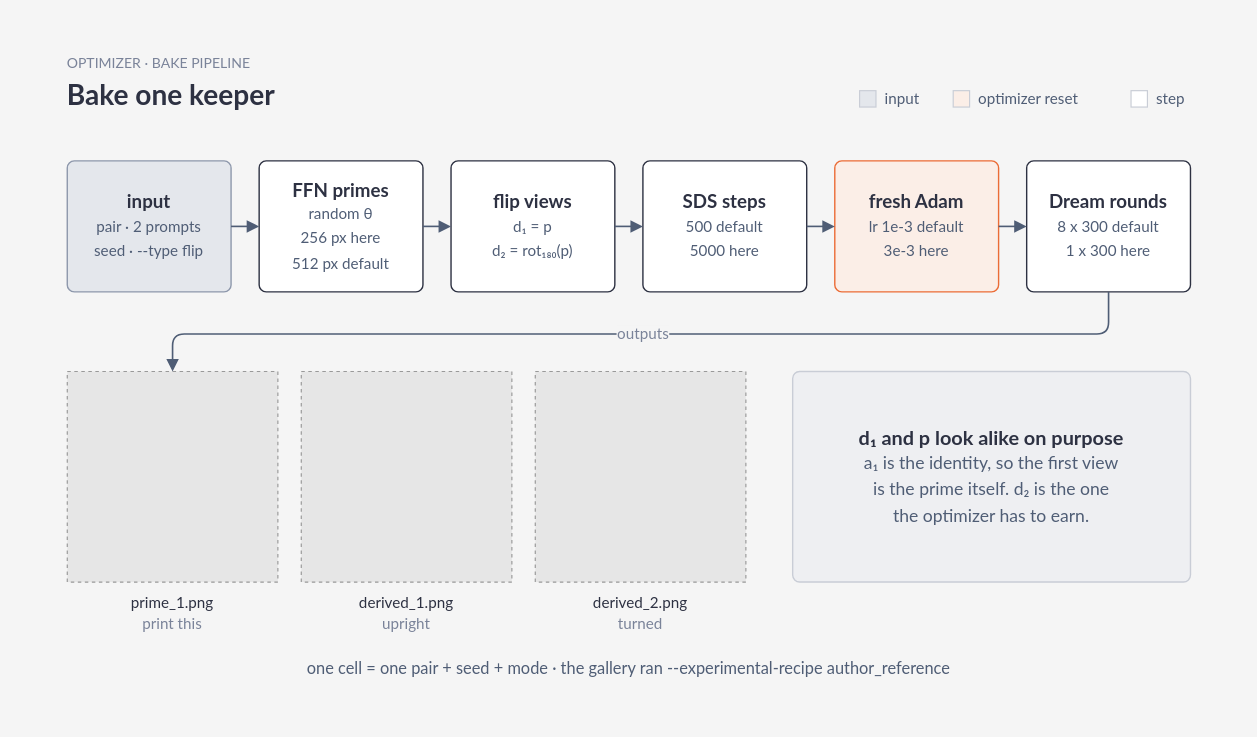
Above: docs/figures/workflow.drawio in Portocolom-Studio/potocolom (draw.io), before the change. Source tidied: cells renumbered, new cells numbered last; positions are measured from the earlier drawing's top-left corner, leaving out a move shared by most shapes. Both pictures are drawn from the tidied source at 117%, with x=0, y=0 at pixel (20, 20). Pictures stored in the file or linked from it are replaced by grey dashed boxes.
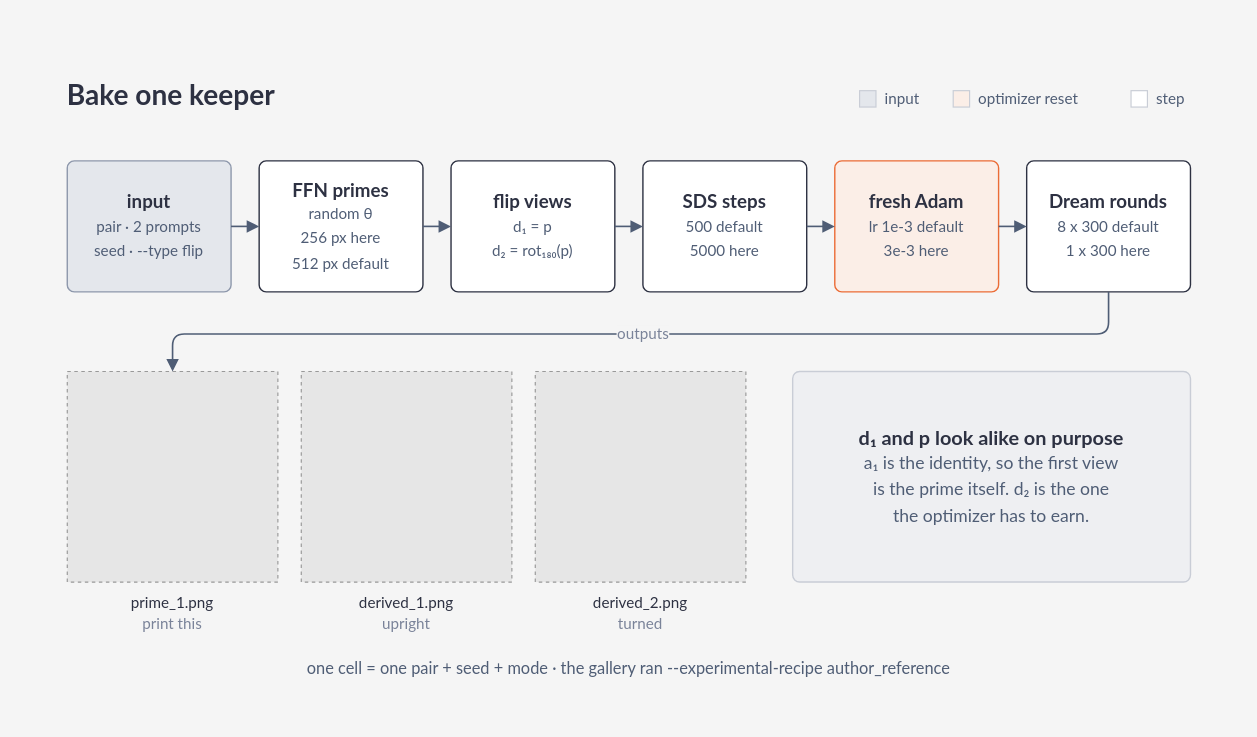
Above is the later version.

Change to the diagram source:
```diff
@@
     <mxCell id="2" style="rounded=0;absoluteArcSize=1;arcSize=12;whiteSpace=wrap;html=1;fillColor=#f5f5f5;strokeColor=none;strokeWidth=1.2;fontFamily=Lato;fontSize=16;fontColor=#2d3142;fontStyle=1;align=center;verticalAlign=middle;spacing=10;selectable=0;" parent="1" vertex="1">
-      <mxGeometry width="1040" height="596" as="geometry" />
+      <mxGeometry y="20" width="1040" height="576" as="geometry" />
     </mxCell>
-    <mxCell id="3" value="OPTIMIZER · BAKE PIPELINE" style="text;html=1;whiteSpace=wrap;fontFamily=Lato;fontSize=12;fontColor=#7a8399;fontStyle=0;align=left;verticalAlign=middle;spacing=0;" parent="1" vertex="1">
-      <mxGeometry x="40" y="28" width="960" height="18" as="geometry" />
-    </mxCell>
```
